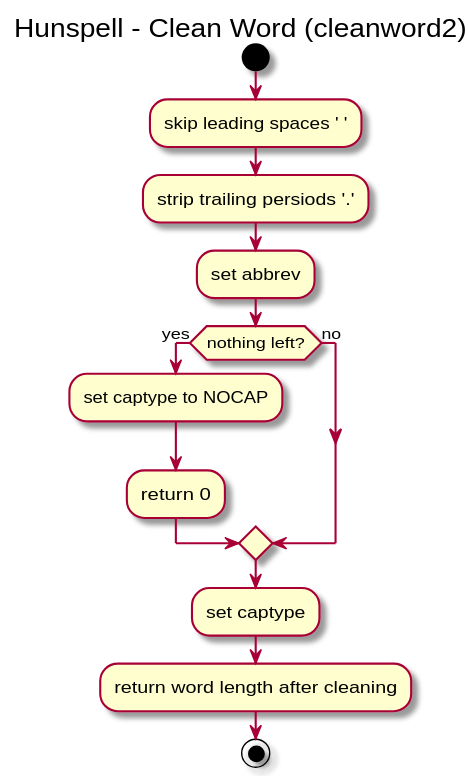
This is uml/activity-diagrams/cleanword2-activity-diagram.svg from nuspell/misc-nuspell, a PlantUML export, as it was before one commit. Its source is kept beside it as uml/plantuml/cleanword2-activity-diagram.pu.
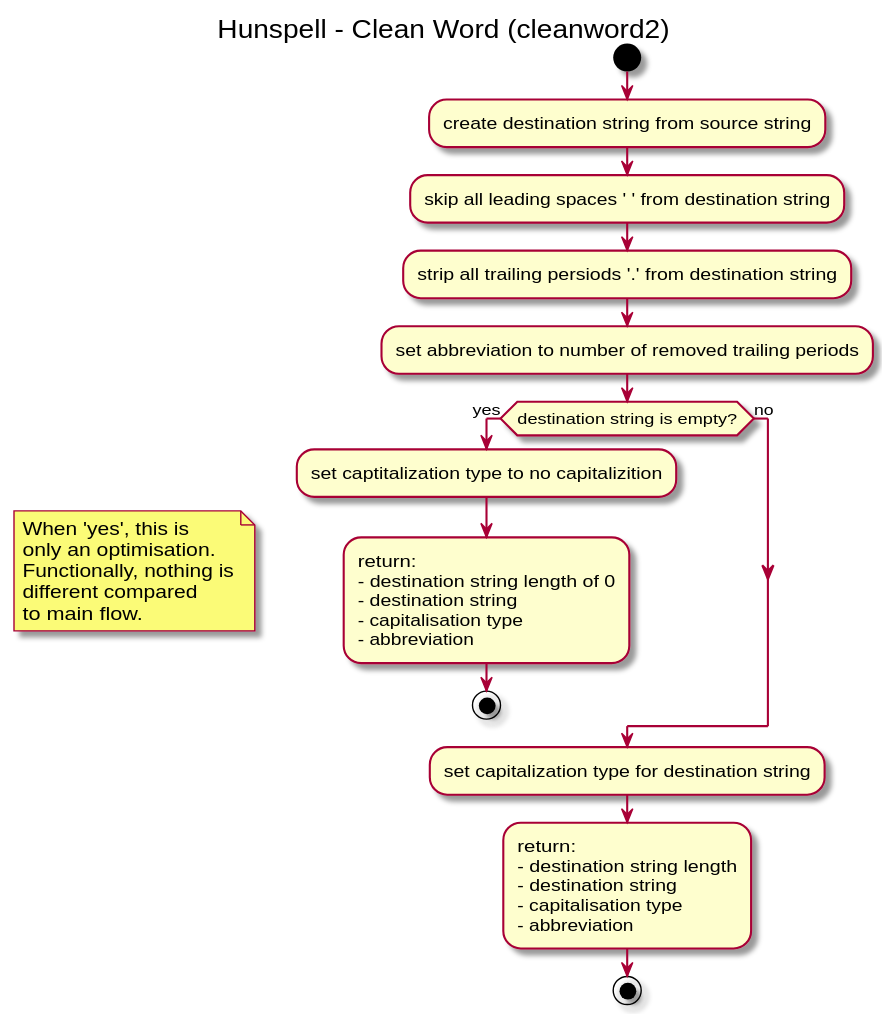
Later version of the same file.

What changed in the source:
```diff
@@ -3,16 +3,19 @@
 title Hunspell - Clean Word (cleanword2)
 
 start
-:skip leading spaces ' ';
-:strip trailing persiods '.';
-:set abbrev;
-if (nothing left?) then (yes)
-	:set captype to NOCAP;
-	:return 0;
+:create destination string from source string;
+:skip all leading spaces ' ' from destination string;
+:strip all trailing persiods '.' from destination string;
+:set abbreviation to number of removed trailing periods;
+if (destination string is empty?) then (yes)
+	:set captitalization type to no capitalizition;
+	:return:\n- destination string length of 0\n- destination string\n- capitalisation type\n- abbreviation;
+	stop
 else (no)
 endif
-:set captype;
-:return word length after cleaning;
+note left: When 'yes', this is\nonly an optimisation.\nFunctionally, nothing is\ndifferent compared\nto main flow.
+:set capitalization type for destination string;
+:return:\n- destination string length\n- destination string\n- capitalisation type\n- abbreviation;
 stop
 
 @enduml
```
